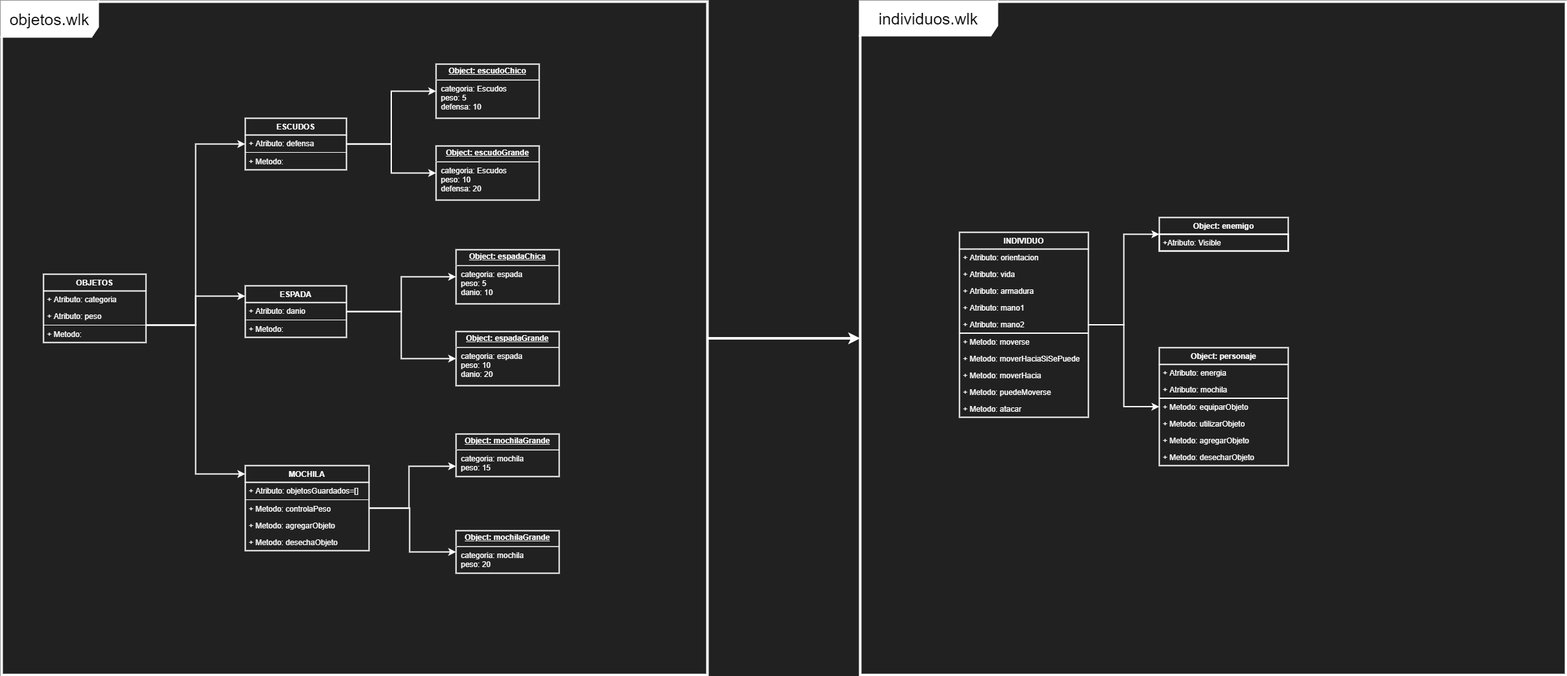
Before: picture/presentacion/tp_algo1.drawio.png, a diagram exported from draw.io (algo1unsam/2021s1-tp-grupal-juego-recursa3). Source tidied: cells renumbered, new cells last; positions are measured from the earlier drawing's top-left corner, leaving out a move shared by most shapes.
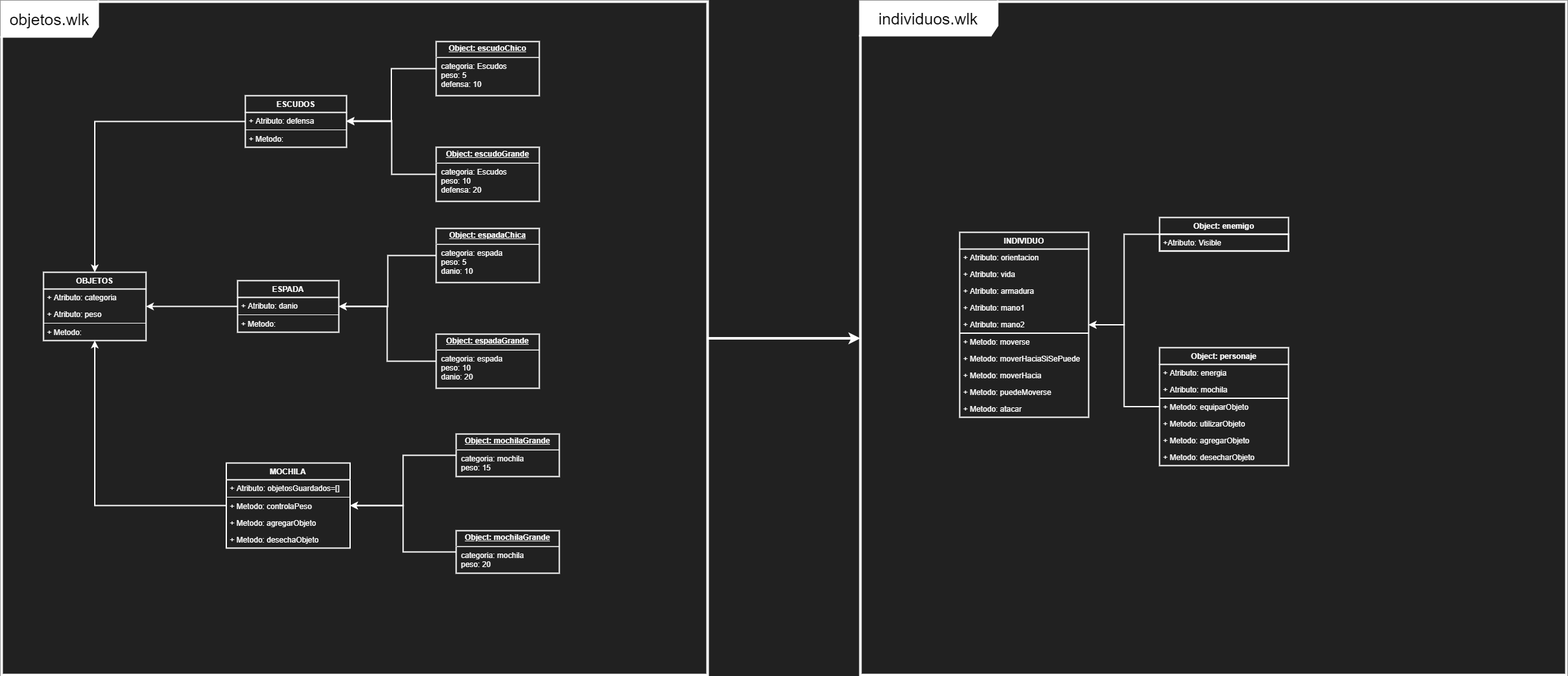
After the commit.

Commit message:
Se modifica grafico

What changed in the source:
```diff
@@ -8,15 +8,9 @@
     <mxCell id="3" style="edgeStyle=orthogonalEdgeStyle;rounded=0;jumpSize=7;jettySize=auto;html=1;targetPerimeterSpacing=0;strokeWidth=4;strokeColor=#FFFFFF;" parent="1" edge="1" source="4" target="2">
       <mxGeometry relative="1" as="geometry" />
     </mxCell>
-    <mxCell id="4" value="&lt;font style=&quot;font-size: 25px&quot;&gt;objetos.wlk&lt;/font&gt;" style="shape=umlFrame;whiteSpace=wrap;html=1;swimlaneFillColor=none;strokeColor=#FFFFFF;strokeWidth=4;width=149;height=54;" parent="1" vertex="1">
+    <mxCell id="4" value="&lt;font style=&quot;font-size: 25px&quot;&gt;objetos.wlk&lt;/font&gt;" style="shape=umlFrame;whiteSpace=wrap;html=1;swimlaneFillColor=none;strokeWidth=4;width=149;height=54;strokeColor=#FFFFFF;" parent="1" vertex="1">
       <mxGeometry width="1095" height="1045" as="geometry" />
     </mxCell>
-    <mxCell id="5" style="edgeStyle=orthogonalEdgeStyle;rounded=0;jumpSize=7;jettySize=auto;html=1;startSize=26;targetPerimeterSpacing=0;strokeColor=#FFFFFF;strokeWidth=2;fontColor=#FFFFFF;" parent="1" edge="1" source="7" target="55">
-      <mxGeometry relative="1" as="geometry" />
-    </mxCell>
-    <mxCell id="6" style="edgeStyle=orthogonalEdgeStyle;rounded=0;jumpSize=7;jettySize=auto;html=1;startSize=26;targetPerimeterSpacing=0;strokeColor=#FFFFFF;strokeWidth=2;fontColor=#FFFFFF;" parent="1" edge="1" source="7" target="19">
-      <mxGeometry relative="1" as="geometry" />
-    </mxCell>
     <mxCell id="7" value="INDIVIDUO" style="swimlane;fontStyle=1;align=center;verticalAlign=top;horizontal=1;startSize=26;fillColor=none;strokeWidth=2;fontColor=#FFFFFF;strokeColor=#FFFFFF;" parent="1" vertex="1">
       <mxGeometry x="1486" y="358" width="200" height="287" as="geometry" />
     </mxCell>
@@ -53,30 +47,20 @@
     <mxCell id="18" value="+ Metodo: atacar" style="text;fillColor=none;align=left;verticalAlign=top;spacingLeft=4;spacingRight=4;overflow=hidden;fontColor=#FFFFFF;strokeWidth=2;arcSize=12;" parent="7" vertex="1">
       <mxGeometry y="261" width="200" height="26" as="geometry" />
     </mxCell>
+    <mxCell id="63" style="edgeStyle=orthogonalEdgeStyle;rounded=0;jettySize=auto;html=1;strokeWidth=2;strokeColor=#FFFFFF;" parent="1" edge="1" source="19" target="7">
+      <mxGeometry relative="1" as="geometry" />
+    </mxCell>
     <mxCell id="19" value="Object: enemigo" style="swimlane;fontStyle=1;align=center;verticalAlign=top;horizontal=1;startSize=26;fillColor=none;strokeWidth=2;fontColor=#FFFFFF;strokeColor=#FFFFFF;" parent="1" vertex="1">
       <mxGeometry x="1796" y="335" width="200" height="52" as="geometry" />
     </mxCell>
     <mxCell id="20" value="+Atributo: Visible" style="text;fillColor=none;align=left;verticalAlign=top;spacingLeft=4;spacingRight=4;overflow=hidden;fontColor=#FFFFFF;strokeColor=#FFFFFF;strokeWidth=2;" parent="19" vertex="1">
       <mxGeometry y="26" width="200" height="26" as="geometry" />
     </mxCell>
-    <mxCell id="21" style="edgeStyle=orthogonalEdgeStyle;rounded=0;jettySize=auto;html=1;shadow=0;strokeColor=#FFFFFF;strokeWidth=2;fontColor=#FFFFFF;" parent="1" edge="1" source="23" target="51">
-      <mxGeometry relative="1" as="geometry">
-        <Array as="points">
-          <mxPoint x="632" y="786" />
-          <mxPoint x="632" y="721" />
-        </Array>
-      </mxGeometry>
-    </mxCell>
-    <mxCell id="22" style="edgeStyle=orthogonalEdgeStyle;rounded=0;jettySize=auto;html=1;shadow=0;strokeColor=#FFFFFF;strokeWidth=2;fontColor=#FFFFFF;" parent="1" edge="1" source="23" target="52">
-      <mxGeometry relative="1" as="geometry">
-        <Array as="points">
-          <mxPoint x="633" y="786" />
-          <mxPoint x="633" y="854" />
-        </Array>
-      </mxGeometry>
-    </mxCell>
+    <mxCell id="64" style="edgeStyle=orthogonalEdgeStyle;rounded=0;jettySize=auto;html=1;strokeColor=#FFFFFF;strokeWidth=2;" parent="1" edge="1" source="23" target="32">
+      <mxGeometry relative="1" as="geometry" />
+    </mxCell>
     <mxCell id="23" value="MOCHILA" style="swimlane;fontStyle=1;align=center;verticalAlign=top;horizontal=1;startSize=26;fillColor=none;strokeWidth=2;fontColor=#FFFFFF;strokeColor=#FFFFFF;" parent="1" vertex="1">
-      <mxGeometry x="378" y="720" width="192" height="132" as="geometry" />
+      <mxGeometry x="348.5" y="716" width="192" height="132" as="geometry" />
     </mxCell>
     <mxCell id="24" value="+ Atributo: objetosGuardados=[]" style="text;fillColor=none;align=left;verticalAlign=top;spacingLeft=4;spacingRight=4;overflow=hidden;fontColor=#FFFFFF;strokeWidth=1;" parent="23" vertex="1">
       <mxGeometry y="26" width="192" height="26" as="geometry" />
@@ -93,32 +77,8 @@
     <mxCell id="28" value="+ Metodo: desechaObjeto" style="text;fillColor=none;align=left;verticalAlign=top;spacingLeft=4;spacingRight=4;overflow=hidden;fontColor=#FFFFFF;strokeWidth=2;" parent="23" vertex="1">
       <mxGeometry y="106" width="192" height="26" as="geometry" />
     </mxCell>
-    <mxCell id="29" style="edgeStyle=orthogonalEdgeStyle;rounded=0;jettySize=auto;html=1;shadow=0;strokeColor=#FFFFFF;strokeWidth=2;fontColor=#FFFFFF;" parent="1" edge="1" source="32" target="45">
-      <mxGeometry relative="1" as="geometry">
-        <Array as="points">
-          <mxPoint x="301" y="502" />
-          <mxPoint x="301" y="457" />
-        </Array>
-      </mxGeometry>
-    </mxCell>
-    <mxCell id="30" style="edgeStyle=orthogonalEdgeStyle;rounded=0;jettySize=auto;html=1;shadow=0;strokeColor=#FFFFFF;strokeWidth=2;fontColor=#FFFFFF;" parent="1" edge="1" source="32" target="39">
-      <mxGeometry relative="1" as="geometry">
-        <Array as="points">
-          <mxPoint x="301" y="502" />
-          <mxPoint x="301" y="221" />
-        </Array>
-      </mxGeometry>
-    </mxCell>
-    <mxCell id="31" style="edgeStyle=orthogonalEdgeStyle;rounded=0;jettySize=auto;html=1;shadow=0;strokeColor=#FFFFFF;strokeWidth=2;fontColor=#FFFFFF;" parent="1" edge="1" source="32" target="23">
-      <mxGeometry relative="1" as="geometry">
-        <Array as="points">
-          <mxPoint x="301" y="502" />
-          <mxPoint x="301" y="733" />
-        </Array>
-      </mxGeometry>
-    </mxCell>
     <mxCell id="32" value="OBJETOS" style="swimlane;fontStyle=1;align=center;verticalAlign=top;horizontal=1;startSize=26;fillColor=none;strokeWidth=2;fontColor=#FFFFFF;strokeColor=#FFFFFF;" parent="1" vertex="1">
-      <mxGeometry x="65" y="423" width="159" height="106" as="geometry" />
+      <mxGeometry x="65" y="420" width="159" height="106" as="geometry" />
     </mxCell>
     <mxCell id="33" value="+ Atributo: categoria" style="text;fillColor=none;align=left;verticalAlign=top;spacingLeft=4;spacingRight=4;overflow=hidden;fontColor=#FFFFFF;strokeWidth=1;" parent="32" vertex="1">
       <mxGeometry y="26" width="159" height="26" as="geometry" />
@@ -132,14 +92,11 @@
     <mxCell id="36" value="+ Metodo: " style="text;fillColor=none;align=left;verticalAlign=top;spacingLeft=4;spacingRight=4;overflow=hidden;fontColor=#FFFFFF;strokeWidth=2;" parent="32" vertex="1">
       <mxGeometry y="80" width="159" height="26" as="geometry" />
     </mxCell>
-    <mxCell id="37" style="edgeStyle=orthogonalEdgeStyle;rounded=0;jumpSize=6;jettySize=auto;html=1;targetPerimeterSpacing=0;strokeColor=#FFFFFF;strokeWidth=2;" parent="1" edge="1" source="39" target="53">
-      <mxGeometry relative="1" as="geometry" />
-    </mxCell>
-    <mxCell id="38" style="edgeStyle=orthogonalEdgeStyle;rounded=0;jumpSize=6;jettySize=auto;html=1;targetPerimeterSpacing=0;strokeColor=#FFFFFF;strokeWidth=2;" parent="1" edge="1" source="39" target="54">
-      <mxGeometry relative="1" as="geometry" />
-    </mxCell>
+    <mxCell id="65" style="edgeStyle=orthogonalEdgeStyle;rounded=0;jettySize=auto;html=1;strokeColor=#FFFFFF;strokeWidth=2;" parent="1" edge="1" source="39" target="32">
+      <mxGeometry relative="1" as="geometry" />
+    </mxCell>
     <mxCell id="39" value="ESCUDOS" style="swimlane;fontStyle=1;align=center;verticalAlign=top;horizontal=1;startSize=26;fillColor=none;strokeWidth=2;fontColor=#FFFFFF;strokeColor=#FFFFFF;" parent="1" vertex="1">
-      <mxGeometry x="378" y="181" width="157" height="80" as="geometry" />
+      <mxGeometry x="378" y="146" width="157" height="80" as="geometry" />
     </mxCell>
     <mxCell id="40" value="+ Atributo: defensa" style="text;fillColor=none;align=left;verticalAlign=top;spacingLeft=4;spacingRight=4;overflow=hidden;points=[[0,0.5],[1,0.5]];portConstraint=eastwest;fontColor=#FFFFFF;strokeWidth=1;" parent="39" vertex="1">
       <mxGeometry y="26" width="157" height="26" as="geometry" />
@@ -150,14 +107,11 @@
     <mxCell id="42" value="+ Metodo: " style="text;fillColor=none;align=left;verticalAlign=top;spacingLeft=4;spacingRight=4;overflow=hidden;fontColor=#FFFFFF;strokeWidth=2;" parent="39" vertex="1">
       <mxGeometry y="54" width="157" height="26" as="geometry" />
     </mxCell>
-    <mxCell id="43" style="edgeStyle=orthogonalEdgeStyle;rounded=0;jettySize=auto;html=1;shadow=0;strokeColor=#FFFFFF;strokeWidth=2;fontColor=#FFFFFF;" parent="1" edge="1" source="45" target="49">
-      <mxGeometry relative="1" as="geometry" />
-    </mxCell>
-    <mxCell id="44" style="edgeStyle=orthogonalEdgeStyle;rounded=0;jettySize=auto;html=1;shadow=0;strokeColor=#FFFFFF;strokeWidth=2;fontColor=#FFFFFF;" parent="1" edge="1" source="45" target="50">
-      <mxGeometry relative="1" as="geometry" />
-    </mxCell>
+    <mxCell id="66" style="edgeStyle=orthogonalEdgeStyle;rounded=0;jettySize=auto;html=1;strokeColor=#FFFFFF;strokeWidth=2;" parent="1" edge="1" source="45" target="32">
+      <mxGeometry relative="1" as="geometry" />
+    </mxCell>
     <mxCell id="45" value="ESPADA" style="swimlane;fontStyle=1;align=center;verticalAlign=top;horizontal=1;startSize=26;fillColor=none;strokeWidth=2;fontColor=#FFFFFF;strokeColor=#FFFFFF;" parent="1" vertex="1">
-      <mxGeometry x="378" y="441" width="157" height="80" as="geometry" />
+      <mxGeometry x="366" y="433" width="157" height="80" as="geometry" />
     </mxCell>
     <mxCell id="46" value="+ Atributo: danio" style="text;fillColor=none;align=left;verticalAlign=top;spacingLeft=4;spacingRight=4;overflow=hidden;fontColor=#FFFFFF;strokeWidth=1;" parent="45" vertex="1">
       <mxGeometry y="26" width="157" height="26" as="geometry" />
@@ -168,24 +122,60 @@
     <mxCell id="48" value="+ Metodo:" style="text;fillColor=none;align=left;verticalAlign=top;spacingLeft=4;spacingRight=4;overflow=hidden;fontColor=#FFFFFF;strokeWidth=2;" parent="45" vertex="1">
       <mxGeometry y="54" width="157" height="26" as="geometry" />
     </mxCell>
+    <mxCell id="67" style="edgeStyle=orthogonalEdgeStyle;rounded=0;jettySize=auto;html=1;strokeColor=#FFFFFF;strokeWidth=2;" parent="1" edge="1" source="49" target="45">
+      <mxGeometry relative="1" as="geometry">
+        <Array as="points">
+          <mxPoint x="599" y="394" />
+          <mxPoint x="599" y="473" />
+        </Array>
+      </mxGeometry>
+    </mxCell>
     <mxCell id="49" value="&lt;p style=&quot;margin: 0px ; margin-top: 4px ; text-align: center ; text-decoration: underline&quot;&gt;&lt;b&gt;Object: espadaChica&lt;/b&gt;&lt;/p&gt;&lt;hr&gt;&lt;p style=&quot;margin: 0px ; margin-left: 8px&quot;&gt;categoria: espada&lt;/p&gt;&lt;p style=&quot;margin: 0px ; margin-left: 8px&quot;&gt;peso: 5&lt;/p&gt;&lt;p style=&quot;margin: 0px ; margin-left: 8px&quot;&gt;danio: 10&lt;/p&gt;" style="verticalAlign=top;align=left;overflow=fill;fontSize=12;fontFamily=Helvetica;html=1;shadow=0;strokeWidth=2;strokeColor=#FFFFFF;fillColor=none;fontColor=#FFFFFF;" parent="1" vertex="1">
-      <mxGeometry x="705" y="385" width="160" height="84" as="geometry" />
+      <mxGeometry x="674" y="352" width="160" height="84" as="geometry" />
     </mxCell>
+    <mxCell id="68" style="edgeStyle=orthogonalEdgeStyle;rounded=0;jettySize=auto;html=1;strokeColor=#FFFFFF;strokeWidth=2;" parent="1" edge="1" source="50" target="45">
+      <mxGeometry relative="1" as="geometry">
+        <Array as="points">
+          <mxPoint x="598" y="558" />
+          <mxPoint x="598" y="473" />
+        </Array>
+      </mxGeometry>
+    </mxCell>
     <mxCell id="50" value="&lt;p style=&quot;margin: 0px ; margin-top: 4px ; text-align: center ; text-decoration: underline&quot;&gt;&lt;b&gt;Object: espadaGrande&lt;/b&gt;&lt;/p&gt;&lt;hr&gt;&lt;p style=&quot;margin: 0px ; margin-left: 8px&quot;&gt;categoria: espada&lt;/p&gt;&lt;p style=&quot;margin: 0px ; margin-left: 8px&quot;&gt;peso: 10&lt;/p&gt;&lt;p style=&quot;margin: 0px ; margin-left: 8px&quot;&gt;danio: 20&lt;/p&gt;" style="verticalAlign=top;align=left;overflow=fill;fontSize=12;fontFamily=Helvetica;html=1;shadow=0;strokeWidth=2;strokeColor=#FFFFFF;fillColor=none;fontColor=#FFFFFF;" parent="1" vertex="1">
-      <mxGeometry x="705" y="512" width="160" height="84" as="geometry" />
+      <mxGeometry x="674" y="516" width="160" height="84" as="geometry" />
     </mxCell>
+    <mxCell id="69" style="edgeStyle=orthogonalEdgeStyle;rounded=0;jettySize=auto;html=1;strokeColor=#FFFFFF;strokeWidth=2;" parent="1" edge="1" source="51" target="23">
+      <mxGeometry relative="1" as="geometry" />
+    </mxCell>
     <mxCell id="51" value="&lt;p style=&quot;margin: 0px ; margin-top: 4px ; text-align: center ; text-decoration: underline&quot;&gt;&lt;b&gt;Object: mochilaGrande&lt;/b&gt;&lt;/p&gt;&lt;hr&gt;&lt;p style=&quot;margin: 0px ; margin-left: 8px&quot;&gt;categoria: mochila&lt;/p&gt;&lt;p style=&quot;margin: 0px ; margin-left: 8px&quot;&gt;peso: 15&lt;/p&gt;" style="verticalAlign=top;align=left;overflow=fill;fontSize=12;fontFamily=Helvetica;html=1;shadow=0;strokeWidth=2;strokeColor=#FFFFFF;fillColor=none;fontColor=#FFFFFF;" parent="1" vertex="1">
       <mxGeometry x="705" y="671" width="160" height="66" as="geometry" />
     </mxCell>
+    <mxCell id="70" style="edgeStyle=orthogonalEdgeStyle;rounded=0;jettySize=auto;html=1;strokeColor=#FFFFFF;strokeWidth=2;" parent="1" edge="1" source="52" target="23">
+      <mxGeometry relative="1" as="geometry" />
+    </mxCell>
     <mxCell id="52" value="&lt;p style=&quot;margin: 0px ; margin-top: 4px ; text-align: center ; text-decoration: underline&quot;&gt;&lt;b&gt;Object: mochilaGrande&lt;/b&gt;&lt;/p&gt;&lt;hr&gt;&lt;p style=&quot;margin: 0px ; margin-left: 8px&quot;&gt;categoria: mochila&lt;/p&gt;&lt;p style=&quot;margin: 0px ; margin-left: 8px&quot;&gt;peso: 20&lt;/p&gt;" style="verticalAlign=top;align=left;overflow=fill;fontSize=12;fontFamily=Helvetica;html=1;shadow=0;strokeWidth=2;strokeColor=#FFFFFF;fillColor=none;fontColor=#FFFFFF;" parent="1" vertex="1">
       <mxGeometry x="705" y="821" width="160" height="66" as="geometry" />
     </mxCell>
+    <mxCell id="71" style="edgeStyle=orthogonalEdgeStyle;rounded=0;jettySize=auto;html=1;strokeColor=#FFFFFF;strokeWidth=2;" parent="1" edge="1" source="53" target="39">
+      <mxGeometry relative="1" as="geometry" />
+    </mxCell>
     <mxCell id="53" value="&lt;p style=&quot;margin: 0px ; margin-top: 4px ; text-align: center ; text-decoration: underline&quot;&gt;&lt;b&gt;Object: escudoChico&lt;/b&gt;&lt;/p&gt;&lt;hr&gt;&lt;p style=&quot;margin: 0px ; margin-left: 8px&quot;&gt;categoria: Escudos&lt;/p&gt;&lt;p style=&quot;margin: 0px ; margin-left: 8px&quot;&gt;peso: 5&lt;/p&gt;&lt;p style=&quot;margin: 0px ; margin-left: 8px&quot;&gt;defensa: 10&lt;/p&gt;" style="verticalAlign=top;align=left;overflow=fill;fontSize=12;fontFamily=Helvetica;html=1;shadow=0;strokeWidth=2;strokeColor=#FFFFFF;fillColor=none;fontColor=#FFFFFF;" parent="1" vertex="1">
-      <mxGeometry x="674" y="97" width="160" height="84" as="geometry" />
+      <mxGeometry x="674" y="62" width="160" height="84" as="geometry" />
     </mxCell>
+    <mxCell id="72" style="edgeStyle=orthogonalEdgeStyle;rounded=0;jettySize=auto;html=1;entryX=1;entryY=0.5;entryDx=0;entryDy=0;strokeColor=#FFFFFF;strokeWidth=2;" parent="1" edge="1" source="54" target="40">
+      <mxGeometry relative="1" as="geometry">
+        <Array as="points">
+          <mxPoint x="605" y="268" />
+          <mxPoint x="605" y="185" />
+        </Array>
+      </mxGeometry>
+    </mxCell>
     <mxCell id="54" value="&lt;p style=&quot;margin: 0px ; margin-top: 4px ; text-align: center ; text-decoration: underline&quot;&gt;&lt;b&gt;Object: escudoGrande&lt;/b&gt;&lt;/p&gt;&lt;hr&gt;&lt;p style=&quot;margin: 0px ; margin-left: 8px&quot;&gt;categoria: Escudos&lt;/p&gt;&lt;p style=&quot;margin: 0px ; margin-left: 8px&quot;&gt;peso: 10&lt;/p&gt;&lt;p style=&quot;margin: 0px ; margin-left: 8px&quot;&gt;defensa: 20&lt;/p&gt;" style="verticalAlign=top;align=left;overflow=fill;fontSize=12;fontFamily=Helvetica;html=1;shadow=0;strokeWidth=2;strokeColor=#FFFFFF;fillColor=none;fontColor=#FFFFFF;" parent="1" vertex="1">
-      <mxGeometry x="674" y="224" width="160" height="84" as="geometry" />
+      <mxGeometry x="674" y="226" width="160" height="84" as="geometry" />
     </mxCell>
+    <mxCell id="73" style="edgeStyle=orthogonalEdgeStyle;rounded=0;jettySize=auto;html=1;strokeWidth=2;strokeColor=#FFFFFF;" parent="1" edge="1" source="55" target="7">
+      <mxGeometry relative="1" as="geometry" />
+    </mxCell>
     <mxCell id="55" value="Object: personaje" style="swimlane;fontStyle=1;align=center;verticalAlign=top;horizontal=1;startSize=26;fillColor=none;strokeWidth=2;fontColor=#FFFFFF;strokeColor=#FFFFFF;" parent="1" vertex="1">
       <mxGeometry x="1796" y="537" width="200" height="183" as="geometry" />
     </mxCell>
```
